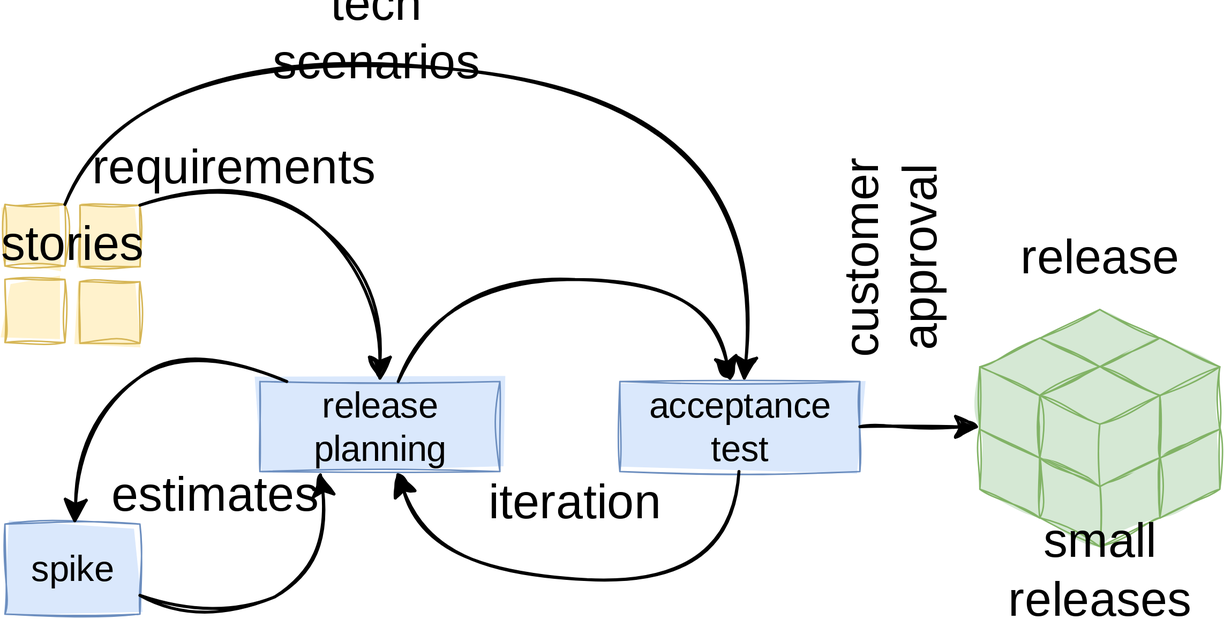
The draw.io diagram lectures/figures/extreme_programming.drawio.svg in pintergreg/software-engineering, before a commit. Source tidied: cells renumbered, new cells last; positions are measured from the earlier drawing's top-left corner, leaving out a move shared by most shapes.
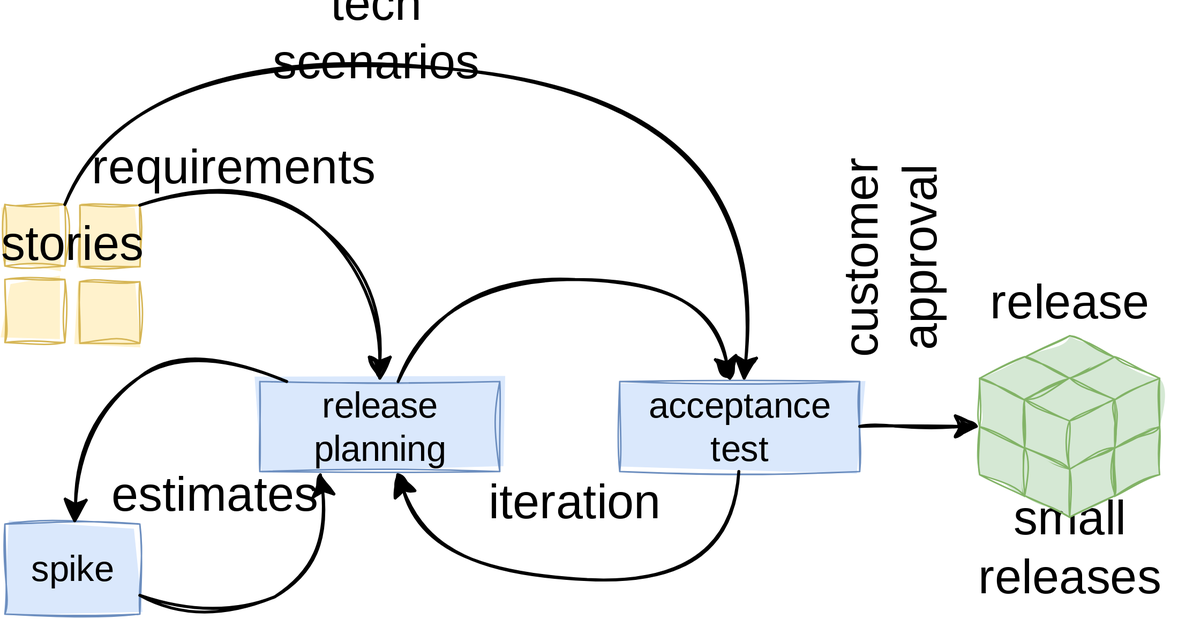
The same diagram one commit later.

Commit message:
Shrink release element GH-47

Diff of the diagram source:
```diff
@@ -48,44 +48,17 @@
     <mxCell id="13" value="iteration" style="text;html=1;align=center;verticalAlign=middle;whiteSpace=wrap;rounded=0;fontFamily=Delicious Handrawn;fontSource=https%3A%2F%2Ffonts.googleapis.com%2Fcss%3Ffamily%3DDelicious%2BHandrawn;fontSize=32;rotation=0;" parent="1" vertex="1">
       <mxGeometry x="310" y="313" width="140" height="30" as="geometry" />
     </mxCell>
-    <mxCell id="14" style="endArrow=classic;html=1;rounded=0;strokeWidth=2;endSize=12;entryX=0;entryY=0;entryDx=0;entryDy=19.20630072640928;entryPerimeter=0;sketch=1;curveFitting=1;jiggle=2;" parent="1" edge="1" source="3" target="20">
+    <mxCell id="14" style="endArrow=classic;html=1;rounded=0;strokeWidth=2;endSize=12;sketch=1;curveFitting=1;jiggle=2;entryX=0;entryY=0;entryDx=0;entryDy=14.40472554480696;entryPerimeter=0;" parent="1" edge="1" source="3" target="39">
       <mxGeometry relative="1" as="geometry" />
     </mxCell>
-    <mxCell id="15" style="group;" parent="1" vertex="1">
-      <mxGeometry x="650" y="200" width="160" height="158" as="geometry" />
-    </mxCell>
-    <mxCell id="16" style="html=1;shape=mxgraph.basic.isocube;isoAngle=15;sketch=1;curveFitting=1;jiggle=2;fillColor=#d5e8d4;strokeColor=#82b366;fillStyle=solid;" parent="15" vertex="1">
-      <mxGeometry x="40" y="40" width="80" height="80" as="geometry" />
-    </mxCell>
-    <mxCell id="17" style="html=1;shape=mxgraph.basic.isocube;isoAngle=15;sketch=1;curveFitting=1;jiggle=2;fillColor=#d5e8d4;strokeColor=#82b366;fillStyle=solid;" parent="15" vertex="1">
-      <mxGeometry x="80" y="59" width="80" height="80" as="geometry" />
-    </mxCell>
-    <mxCell id="18" style="html=1;shape=mxgraph.basic.isocube;isoAngle=15;sketch=1;curveFitting=1;jiggle=2;fillColor=#d5e8d4;strokeColor=#82b366;fillStyle=solid;" parent="15" vertex="1">
-      <mxGeometry x="40" width="80" height="80" as="geometry" />
-    </mxCell>
-    <mxCell id="19" style="html=1;shape=mxgraph.basic.isocube;isoAngle=15;sketch=1;curveFitting=1;jiggle=2;fillColor=#d5e8d4;strokeColor=#82b366;fillStyle=solid;" parent="15" vertex="1">
-      <mxGeometry x="80" y="19" width="80" height="80" as="geometry" />
-    </mxCell>
-    <mxCell id="20" style="html=1;shape=mxgraph.basic.isocube;isoAngle=15;sketch=1;curveFitting=1;jiggle=2;fillColor=#d5e8d4;strokeColor=#82b366;fillStyle=solid;" parent="15" vertex="1">
-      <mxGeometry y="59" width="80" height="80" as="geometry" />
-    </mxCell>
-    <mxCell id="21" style="html=1;shape=mxgraph.basic.isocube;isoAngle=15;sketch=1;curveFitting=1;jiggle=2;fillColor=#d5e8d4;strokeColor=#82b366;fillStyle=solid;" parent="15" vertex="1">
-      <mxGeometry x="40" y="78" width="80" height="80" as="geometry" />
-    </mxCell>
-    <mxCell id="22" style="html=1;shape=mxgraph.basic.isocube;isoAngle=15;sketch=1;curveFitting=1;jiggle=2;fillColor=#d5e8d4;strokeColor=#82b366;fillStyle=solid;" parent="15" vertex="1">
-      <mxGeometry y="19" width="80" height="80" as="geometry" />
-    </mxCell>
-    <mxCell id="23" style="html=1;shape=mxgraph.basic.isocube;isoAngle=15;sketch=1;curveFitting=1;jiggle=2;fillColor=#d5e8d4;strokeColor=#82b366;fillStyle=solid;" parent="15" vertex="1">
-      <mxGeometry x="40" y="38" width="80" height="80" as="geometry" />
-    </mxCell>
     <mxCell id="24" value="customer approval" style="text;html=1;align=center;verticalAlign=middle;whiteSpace=wrap;rounded=0;fontFamily=Delicious Handrawn;fontSource=https%3A%2F%2Ffonts.googleapis.com%2Fcss%3Ffamily%3DDelicious%2BHandrawn;fontSize=32;rotation=270;" parent="1" vertex="1">
       <mxGeometry x="485" y="150" width="210" height="30" as="geometry" />
     </mxCell>
     <mxCell id="25" value="release" style="text;html=1;align=center;verticalAlign=middle;whiteSpace=wrap;rounded=0;fontFamily=Delicious Handrawn;fontSource=https%3A%2F%2Ffonts.googleapis.com%2Fcss%3Ffamily%3DDelicious%2BHandrawn;fontSize=32;rotation=0;" parent="1" vertex="1">
-      <mxGeometry x="690" y="150" width="80" height="30" as="geometry" />
+      <mxGeometry x="670" y="180" width="80" height="30" as="geometry" />
     </mxCell>
     <mxCell id="26" value="small releases" style="text;html=1;align=center;verticalAlign=middle;whiteSpace=wrap;rounded=0;fontFamily=Delicious Handrawn;fontSource=https%3A%2F%2Ffonts.googleapis.com%2Fcss%3Ffamily%3DDelicious%2BHandrawn;fontSize=32;rotation=0;" parent="1" vertex="1">
-      <mxGeometry x="650" y="358" width="160" height="30" as="geometry" />
+      <mxGeometry x="630" y="343" width="160" height="30" as="geometry" />
     </mxCell>
     <mxCell id="27" style="curved=1;endArrow=none;html=1;rounded=0;strokeWidth=2;sketch=1;curveFitting=1;jiggle=2;endSize=12;startArrow=classic;startFill=1;startSize=12;endFill=0;" parent="1" edge="1" source="4" target="2">
       <mxGeometry relative="1" as="geometry">
@@ -128,5 +101,32 @@
     <mxCell id="33" value="requirements" style="text;html=1;align=center;verticalAlign=middle;whiteSpace=wrap;rounded=0;fontFamily=Delicious Handrawn;fontSource=https%3A%2F%2Ffonts.googleapis.com%2Fcss%3Ffamily%3DDelicious%2BHandrawn;fontSize=32;rotation=0;" parent="1" vertex="1">
       <mxGeometry x="70" y="90" width="165" height="30" as="geometry" />
     </mxCell>
+    <mxCell id="34" style="group;" parent="1" vertex="1">
+      <mxGeometry x="650" y="217.5" width="120" height="121" as="geometry" />
+    </mxCell>
+    <mxCell id="35" style="html=1;shape=mxgraph.basic.isocube;isoAngle=15;sketch=1;curveFitting=1;jiggle=2;fillColor=#d5e8d4;strokeColor=#82b366;fillStyle=solid;" parent="34" vertex="1">
+      <mxGeometry x="30" y="32" width="60" height="61" as="geometry" />
+    </mxCell>
+    <mxCell id="36" style="html=1;shape=mxgraph.basic.isocube;isoAngle=15;sketch=1;curveFitting=1;jiggle=2;fillColor=#d5e8d4;strokeColor=#82b366;fillStyle=solid;" parent="34" vertex="1">
+      <mxGeometry x="60" y="46" width="60" height="61" as="geometry" />
+    </mxCell>
+    <mxCell id="37" style="html=1;shape=mxgraph.basic.isocube;isoAngle=15;sketch=1;curveFitting=1;jiggle=2;fillColor=#d5e8d4;strokeColor=#82b366;fillStyle=solid;" parent="34" vertex="1">
+      <mxGeometry x="30" width="60" height="61" as="geometry" />
+    </mxCell>
+    <mxCell id="38" style="html=1;shape=mxgraph.basic.isocube;isoAngle=15;sketch=1;curveFitting=1;jiggle=2;fillColor=#d5e8d4;strokeColor=#82b366;fillStyle=solid;" parent="34" vertex="1">
+      <mxGeometry x="60" y="14" width="60" height="61" as="geometry" />
+    </mxCell>
+    <mxCell id="39" style="html=1;shape=mxgraph.basic.isocube;isoAngle=15;sketch=1;curveFitting=1;jiggle=2;fillColor=#d5e8d4;strokeColor=#82b366;fillStyle=solid;" parent="34" vertex="1">
+      <mxGeometry y="46" width="60" height="61" as="geometry" />
+    </mxCell>
+    <mxCell id="40" style="html=1;shape=mxgraph.basic.isocube;isoAngle=15;sketch=1;curveFitting=1;jiggle=2;fillColor=#d5e8d4;strokeColor=#82b366;fillStyle=solid;" parent="34" vertex="1">
+      <mxGeometry x="30" y="60" width="60" height="61" as="geometry" />
+    </mxCell>
+    <mxCell id="41" style="html=1;shape=mxgraph.basic.isocube;isoAngle=15;sketch=1;curveFitting=1;jiggle=2;fillColor=#d5e8d4;strokeColor=#82b366;fillStyle=solid;" parent="34" vertex="1">
+      <mxGeometry y="14" width="60" height="61" as="geometry" />
+    </mxCell>
+    <mxCell id="42" style="html=1;shape=mxgraph.basic.isocube;isoAngle=15;sketch=1;curveFitting=1;jiggle=2;fillColor=#d5e8d4;strokeColor=#82b366;fillStyle=solid;" parent="34" vertex="1">
+      <mxGeometry x="30" y="28" width="60" height="61" as="geometry" />
+    </mxCell>
   </root>
 </mxGraphModel>
```
